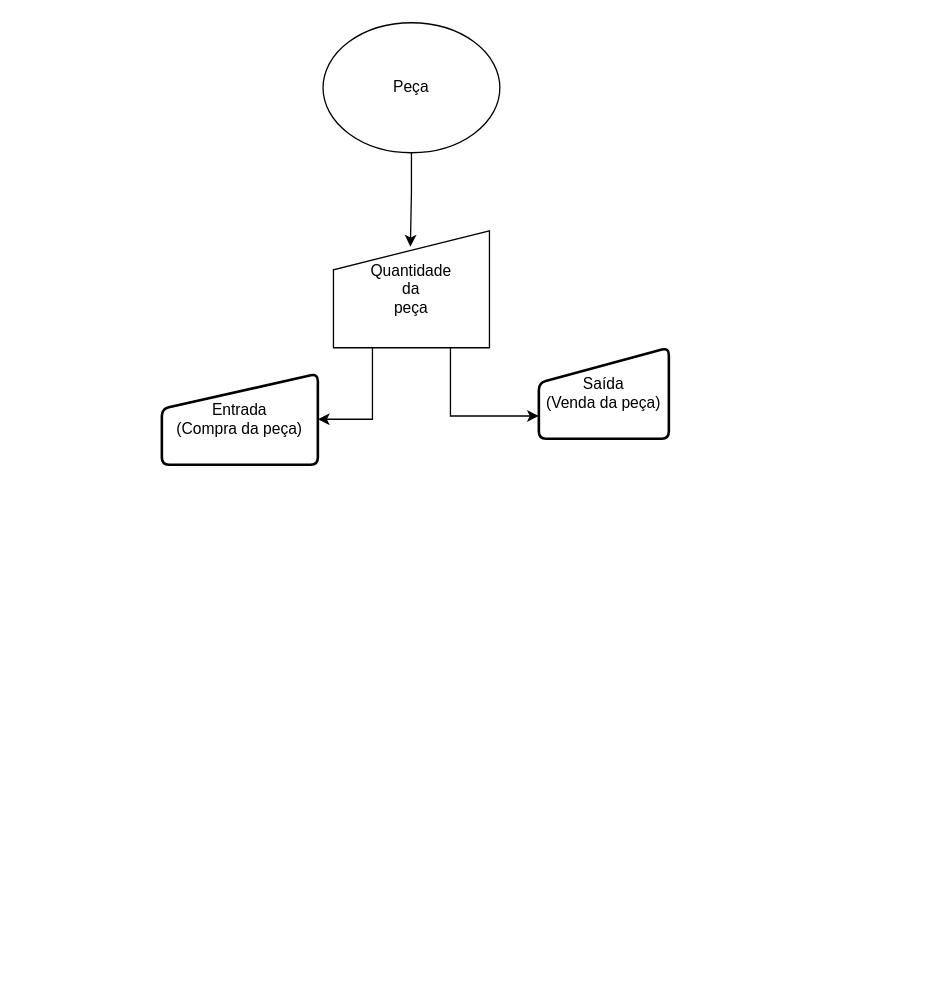
Earlier version of the draw.io diagram Diagrama sem nome.drawio (Graziedantas/senai-versoes-colaboracoes). Source tidied: cells renumbered, new cells numbered last; positions are measured from the earlier drawing's top-left corner, leaving out a move shared by most shapes. Both pictures are drawn from the tidied source at 130%, with x=0, y=0 at pixel (161, 22).
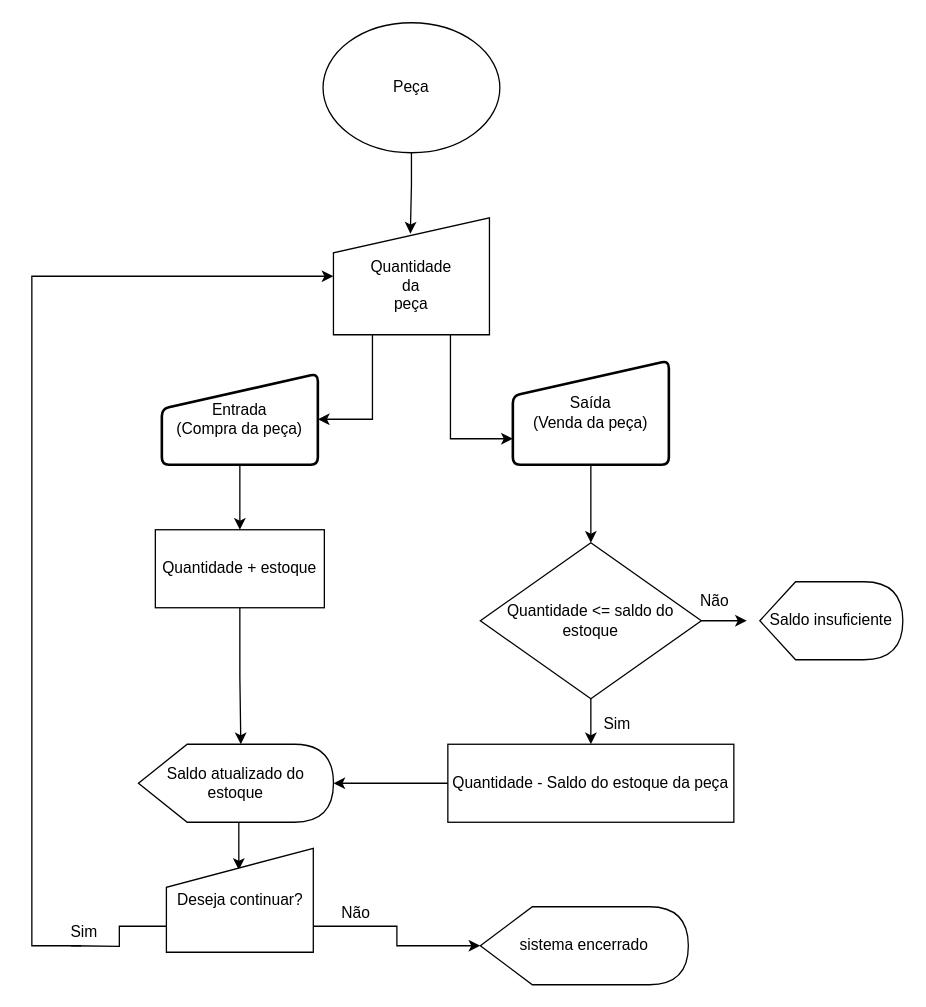
The same diagram, later.

The change refers to these unchanged cells:
```xml
<mxCell id="4" value="Entrada&lt;br&gt;(Compra da peça)" style="html=1;strokeWidth=2;shape=manualInput;whiteSpace=wrap;rounded=1;size=27;arcSize=11;" parent="1" vertex="1">
  <mxGeometry y="270" width="120" height="70" as="geometry" />
</mxCell>
```

Diff of the diagram source:
```diff
@@
+    <mxCell id="9" style="edgeStyle=orthogonalEdgeStyle;rounded=0;jettySize=auto;html=1;exitX=0.5;exitY=1;exitDx=0;exitDy=0;entryX=0.5;entryY=0;entryDx=0;entryDy=0;" parent="1" edge="1" source="4" target="12">
+      <mxGeometry relative="1" as="geometry" />
+    </mxCell>
@@
+    <mxCell id="10" style="edgeStyle=orthogonalEdgeStyle;rounded=0;jettySize=auto;html=1;exitX=0.5;exitY=1;exitDx=0;exitDy=0;entryX=0.5;entryY=0;entryDx=0;entryDy=0;" parent="1" edge="1" source="5" target="15">
+      <mxGeometry relative="1" as="geometry" />
+    </mxCell>
     <mxCell id="5" value="Saída&lt;br&gt;(Venda da peça)" style="html=1;strokeWidth=2;shape=manualInput;whiteSpace=wrap;rounded=1;size=27;arcSize=11;" parent="1" vertex="1">
-      <mxGeometry x="290" y="250" width="100" height="70" as="geometry" />
+      <mxGeometry x="270" y="260" width="120" height="80" as="geometry" />
     </mxCell>
@@
-    <mxCell id="8" value="Quantidade &lt;br&gt;da&lt;br&gt;peça" style="shape=manualInput;whiteSpace=wrap;html=1;" parent="1" vertex="1">
-      <mxGeometry x="132" y="160" width="120" height="90" as="geometry" />
+    <mxCell id="8" value="&lt;br&gt;Quantidade &lt;br&gt;da&lt;br&gt;peça" style="shape=manualInput;whiteSpace=wrap;html=1;size=27;" parent="1" vertex="1">
+      <mxGeometry x="132" y="150" width="120" height="90" as="geometry" />
     </mxCell>
+    <mxCell id="11" style="edgeStyle=orthogonalEdgeStyle;rounded=0;jettySize=auto;html=1;exitX=0.5;exitY=1;exitDx=0;exitDy=0;entryX=0;entryY=0;entryDx=78.75;entryDy=0;entryPerimeter=0;" parent="1" edge="1" source="12" target="22">
+      <mxGeometry relative="1" as="geometry" />
+    </mxCell>
+    <mxCell id="12" value="Quantidade + estoque" style="rounded=0;whiteSpace=wrap;html=1;" parent="1" vertex="1">
+      <mxGeometry x="-5" y="390" width="130" height="60" as="geometry" />
+    </mxCell>
+    <mxCell id="13" style="edgeStyle=orthogonalEdgeStyle;rounded=0;jettySize=auto;html=1;exitX=1;exitY=0.5;exitDx=0;exitDy=0;entryX=0;entryY=0.5;entryDx=0;entryDy=0;" parent="1" edge="1" source="15">
+      <mxGeometry relative="1" as="geometry">
+        <mxPoint x="450" y="460" as="targetPoint" />
+      </mxGeometry>
+    </mxCell>
+    <mxCell id="14" style="edgeStyle=orthogonalEdgeStyle;rounded=0;jettySize=auto;html=1;exitX=0.5;exitY=1;exitDx=0;exitDy=0;entryX=0.5;entryY=0;entryDx=0;entryDy=0;" parent="1" edge="1" source="15" target="17">
+      <mxGeometry relative="1" as="geometry" />
+    </mxCell>
+    <mxCell id="15" value="Quantidade &amp;lt;= saldo do estoque" style="rhombus;whiteSpace=wrap;html=1;" parent="1" vertex="1">
+      <mxGeometry x="245" y="400" width="170" height="120" as="geometry" />
+    </mxCell>
+    <mxCell id="16" style="edgeStyle=orthogonalEdgeStyle;rounded=0;jettySize=auto;html=1;exitX=0;exitY=0.5;exitDx=0;exitDy=0;entryX=1;entryY=0.5;entryDx=0;entryDy=0;entryPerimeter=0;" parent="1" edge="1" source="17" target="22">
+      <mxGeometry relative="1" as="geometry" />
+    </mxCell>
+    <mxCell id="17" value="Quantidade - Saldo do estoque da peça" style="rounded=0;whiteSpace=wrap;html=1;" parent="1" vertex="1">
+      <mxGeometry x="220" y="555" width="220" height="60" as="geometry" />
+    </mxCell>
+    <mxCell id="18" value="Não" style="text;html=1;align=center;verticalAlign=middle;strokeColor=none;fillColor=none;" parent="1" vertex="1">
+      <mxGeometry x="400" y="430" width="50" height="30" as="geometry" />
+    </mxCell>
+    <mxCell id="19" value="Sim" style="text;html=1;align=center;verticalAlign=middle;strokeColor=none;fillColor=none;" parent="1" vertex="1">
+      <mxGeometry x="330" y="525" width="40" height="30" as="geometry" />
+    </mxCell>
+    <mxCell id="20" value="Saldo insuficiente" style="shape=display;whiteSpace=wrap;html=1;" parent="1" vertex="1">
+      <mxGeometry x="460" y="430" width="110" height="60" as="geometry" />
+    </mxCell>
+    <mxCell id="21" style="edgeStyle=orthogonalEdgeStyle;rounded=0;jettySize=auto;html=1;exitX=0;exitY=0;exitDx=78.75;exitDy=60;exitPerimeter=0;entryX=0.493;entryY=0.209;entryDx=0;entryDy=0;entryPerimeter=0;" parent="1" edge="1" source="22" target="25">
+      <mxGeometry relative="1" as="geometry" />
+    </mxCell>
+    <mxCell id="22" value="Saldo atualizado do estoque" style="shape=display;whiteSpace=wrap;html=1;" parent="1" vertex="1">
+      <mxGeometry x="-18" y="555" width="150" height="60" as="geometry" />
+    </mxCell>
+    <mxCell id="23" style="edgeStyle=orthogonalEdgeStyle;rounded=0;jettySize=auto;html=1;entryX=0;entryY=0.5;entryDx=0;entryDy=0;startArrow=none;" parent="1" edge="1" target="8">
+      <mxGeometry relative="1" as="geometry">
+        <mxPoint x="-62" y="710" as="sourcePoint" />
+        <Array as="points">
+          <mxPoint x="-100" y="710" />
+          <mxPoint x="-100" y="195" />
+        </Array>
+      </mxGeometry>
+    </mxCell>
+    <mxCell id="24" style="edgeStyle=orthogonalEdgeStyle;rounded=0;jettySize=auto;html=1;exitX=1;exitY=0.75;exitDx=0;exitDy=0;entryX=0;entryY=0.5;entryDx=0;entryDy=0;entryPerimeter=0;" parent="1" edge="1" source="25" target="26">
+      <mxGeometry relative="1" as="geometry" />
+    </mxCell>
+    <mxCell id="25" value="Deseja continuar?" style="shape=manualInput;whiteSpace=wrap;html=1;" parent="1" vertex="1">
+      <mxGeometry x="3.5" y="635" width="113" height="80" as="geometry" />
+    </mxCell>
+    <mxCell id="26" value="sistema encerrado" style="shape=display;whiteSpace=wrap;html=1;" parent="1" vertex="1">
+      <mxGeometry x="245" y="680" width="160" height="60" as="geometry" />
+    </mxCell>
+    <mxCell id="27" value="Não" style="text;html=1;align=center;verticalAlign=middle;strokeColor=none;fillColor=none;" parent="1" vertex="1">
+      <mxGeometry x="124" y="670" width="50" height="30" as="geometry" />
+    </mxCell>
+    <mxCell id="28" style="edgeStyle=orthogonalEdgeStyle;rounded=0;jettySize=auto;html=1;exitX=0;exitY=0.75;exitDx=0;exitDy=0;endArrow=none;" parent="1" edge="1" source="25">
+      <mxGeometry relative="1" as="geometry">
+        <mxPoint x="-70" y="710" as="targetPoint" />
+      </mxGeometry>
+    </mxCell>
+    <mxCell id="29" value="Sim" style="text;html=1;align=center;verticalAlign=middle;strokeColor=none;fillColor=none;" parent="1" vertex="1">
+      <mxGeometry x="-80" y="685" width="40" height="30" as="geometry" />
+    </mxCell>
```
